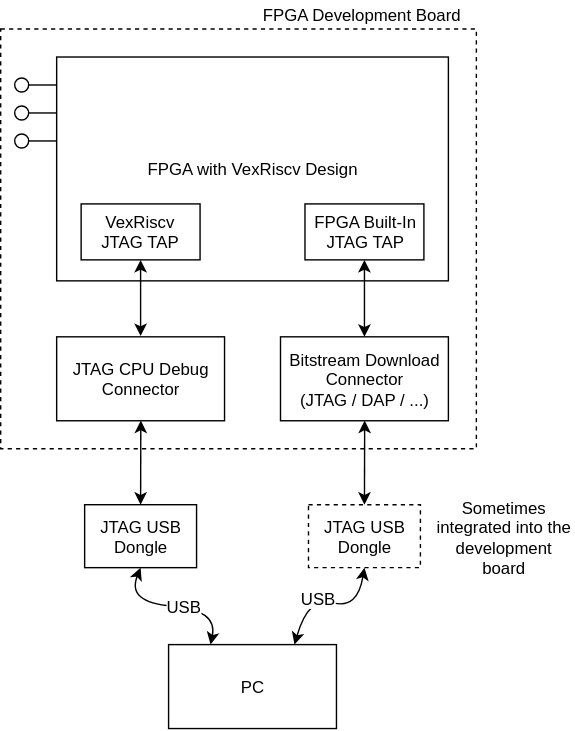
Earlier version of the draw.io export assets/vexriscv_ocd/vexriscv_ocd-system_setup_generic.svg (tomverbeure/tomverbeure.github.io). Source tidied: cells renumbered, new cells last; positions are measured from the earlier drawing's top-left corner, leaving out a move shared by most shapes.
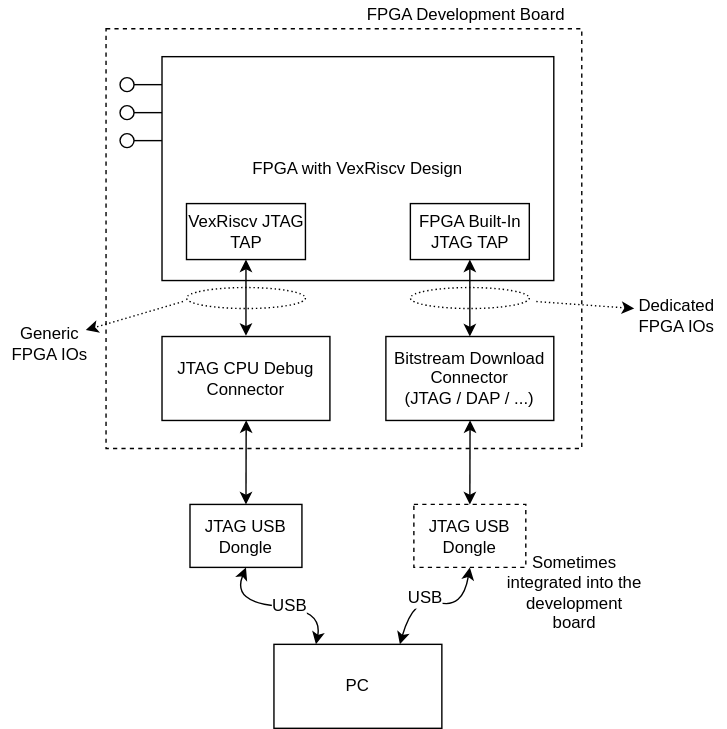
The same file after the commit.

Change to the diagram source:
```diff
@@ -96,7 +96,30 @@
       <mxGeometry x="57.5" y="145" width="85" height="40" as="geometry" />
     </mxCell>
     <mxCell id="26" value="Sometimes integrated into the development board" style="text;html=1;strokeColor=none;fillColor=none;align=center;verticalAlign=middle;whiteSpace=wrap;rounded=0;" parent="1" vertex="1">
-      <mxGeometry x="310" y="350" width="100" height="65" as="geometry" />
+      <mxGeometry x="285" y="390" width="100" height="65" as="geometry" />
     </mxCell>
+    <mxCell id="27" style="ellipse;whiteSpace=wrap;html=1;dashed=1;dashPattern=1 2;fillColor=none;" parent="1" vertex="1">
+      <mxGeometry x="57.5" y="205" width="85" height="15" as="geometry" />
+    </mxCell>
+    <mxCell id="28" value="Dedicated&lt;br&gt;FPGA IOs" style="text;html=1;strokeColor=none;fillColor=none;align=center;verticalAlign=middle;whiteSpace=wrap;rounded=0;dashed=1;dashPattern=1 2;" parent="1" vertex="1">
+      <mxGeometry x="372.5" y="215" width="70" height="20" as="geometry" />
+    </mxCell>
+    <mxCell id="29" style="endArrow=classic;html=1;dashed=1;dashPattern=1 2;" parent="1" edge="1">
+      <mxGeometry relative="1" as="geometry">
+        <mxPoint x="307.5" y="215" as="sourcePoint" />
+        <mxPoint x="377.5" y="220" as="targetPoint" />
+      </mxGeometry>
+    </mxCell>
+    <mxCell id="30" style="ellipse;whiteSpace=wrap;html=1;dashed=1;dashPattern=1 2;fillColor=none;" parent="1" vertex="1">
+      <mxGeometry x="217.5" y="205" width="85" height="15" as="geometry" />
+    </mxCell>
+    <mxCell id="31" value="Generic&lt;br&gt;FPGA IOs" style="text;html=1;strokeColor=none;fillColor=none;align=center;verticalAlign=middle;whiteSpace=wrap;rounded=0;dashed=1;dashPattern=1 2;" parent="1" vertex="1">
+      <mxGeometry x="-75" y="235" width="70" height="20" as="geometry" />
+    </mxCell>
+    <mxCell id="32" style="endArrow=classic;html=1;dashed=1;dashPattern=1 2;entryX=0.865;entryY=0.02;entryDx=0;entryDy=0;entryPerimeter=0;" parent="1" edge="1" target="31">
+      <mxGeometry relative="1" as="geometry">
+        <mxPoint x="55" y="215" as="sourcePoint" />
+      </mxGeometry>
+    </mxCell>
   </root>
 </mxGraphModel>
```
